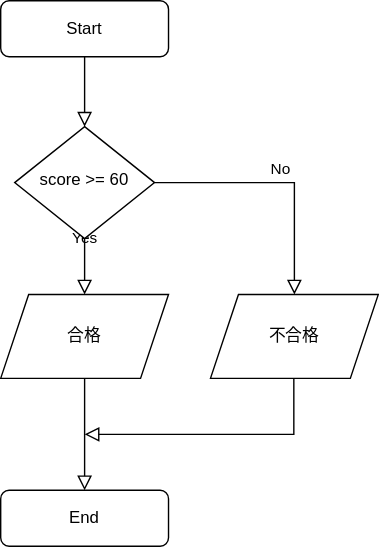
SystemEngineeringTeam/SysLearn keeps this draw.io diagram as public/fc_exam_else.drawio.svg. Above is the earlier version. Source tidied: cells renumbered, new cells last; positions are measured from the earlier drawing's top-left corner, leaving out a move shared by most shapes.
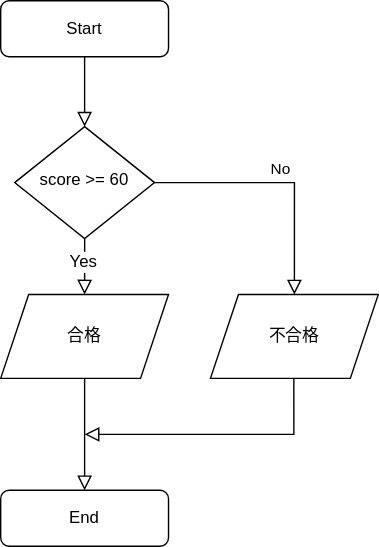
The same file after the commit.

Commit message:
fix:フローチャートの調整

What changed in the source:
```diff
@@ -8,11 +8,14 @@
     <mxCell id="3" value="Start" style="rounded=1;whiteSpace=wrap;html=1;fontSize=12;glass=0;strokeWidth=1;shadow=0;" parent="1" vertex="1">
       <mxGeometry width="120" height="40" as="geometry" />
     </mxCell>
-    <mxCell id="4" value="Yes" style="rounded=0;html=1;jettySize=auto;fontSize=11;endArrow=block;endFill=0;endSize=8;strokeWidth=1;shadow=0;labelBackgroundColor=none;edgeStyle=orthogonalEdgeStyle;" parent="1" edge="1" source="6">
+    <mxCell id="4" style="rounded=0;html=1;jettySize=auto;fontSize=11;endArrow=block;endFill=0;endSize=8;strokeWidth=1;shadow=0;labelBackgroundColor=none;edgeStyle=orthogonalEdgeStyle;" parent="1" edge="1" source="6">
       <mxGeometry y="20" relative="1" as="geometry">
         <mxPoint x="60" y="210" as="targetPoint" />
       </mxGeometry>
     </mxCell>
+    <mxCell id="12" value="Yes" style="edgeLabel;html=1;align=center;verticalAlign=middle;fontSize=12;" parent="4" vertex="1">
+      <mxGeometry x="-0.18" y="-1" relative="1" as="geometry" />
+    </mxCell>
     <mxCell id="5" value="No" style="edgeStyle=orthogonalEdgeStyle;rounded=0;html=1;jettySize=auto;fontSize=11;endArrow=block;endFill=0;endSize=8;strokeWidth=1;shadow=0;labelBackgroundColor=none;entryX=0.5;entryY=0;entryDx=0;entryDy=0;" parent="1" edge="1" source="6" target="9">
       <mxGeometry y="10" relative="1" as="geometry" />
     </mxCell>
```
